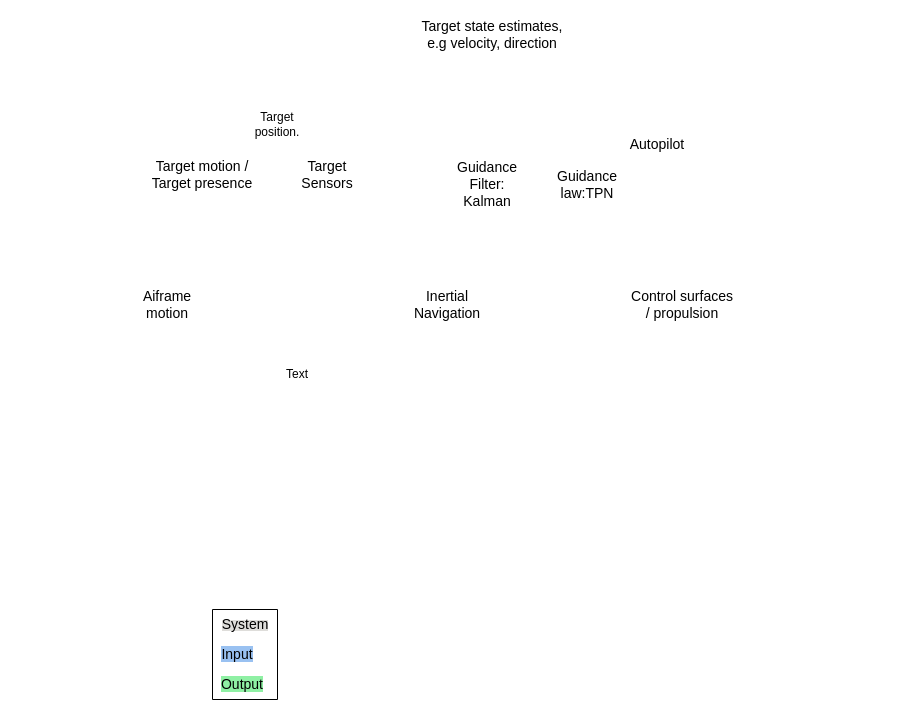
Above: Control-Topology.drawio in jukkajo/satunnaista-tavaraa (draw.io), before the change. Source tidied: cells renumbered, new cells numbered last; positions are measured from the earlier drawing's top-left corner, leaving out a move shared by most shapes. Both pictures are drawn from the tidied source at 100%, with x=0, y=0 at pixel (137, 19).
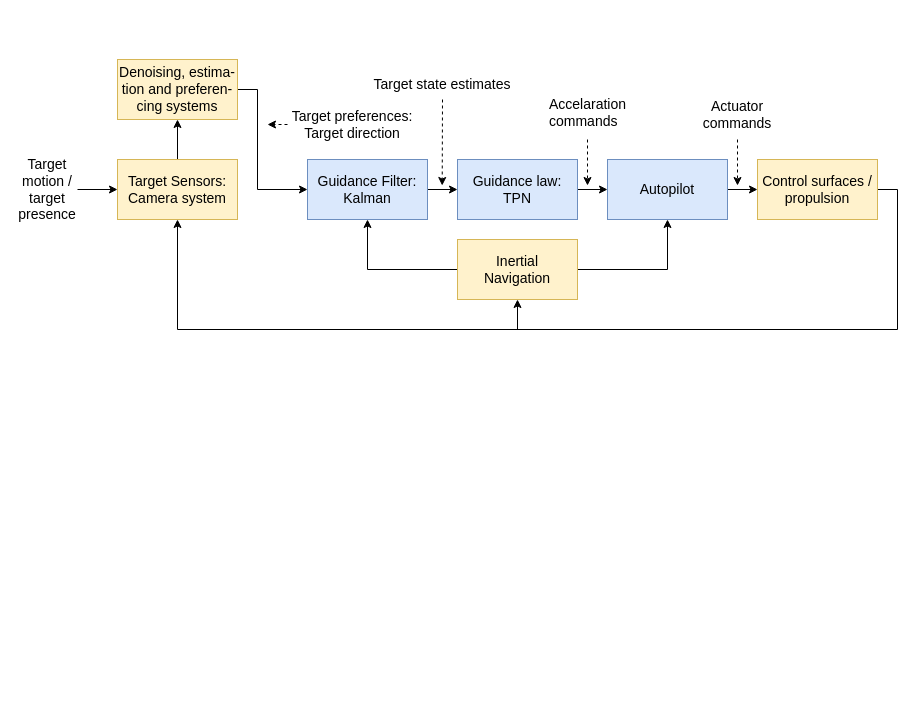
Above is the later version.

Change to the diagram source:
```diff
@@
-    <mxCell id="2" value="&lt;font style=&quot;font-size: 14px;&quot;&gt;Target motion / Target presence&lt;br&gt;&lt;/font&gt;" style="text;html=1;align=center;verticalAlign=middle;whiteSpace=wrap;rounded=0;" parent="1" vertex="1">
-      <mxGeometry x="10" y="140" width="110" height="30" as="geometry" />
-    </mxCell>
-    <mxCell id="3" value="&lt;font style=&quot;font-size: 14px; background-color: rgb(153, 193, 241);&quot;&gt;Input&lt;/font&gt;" style="text;html=1;align=center;verticalAlign=middle;whiteSpace=wrap;rounded=0;" parent="1" vertex="1">
-      <mxGeometry x="70" y="620" width="60" height="30" as="geometry" />
-    </mxCell>
-    <mxCell id="4" value="&lt;font style=&quot;font-size: 14px; background-color: rgb(143, 240, 164);&quot;&gt;Output&lt;/font&gt;" style="text;html=1;align=center;verticalAlign=middle;whiteSpace=wrap;rounded=0;" parent="1" vertex="1">
-      <mxGeometry x="75" y="650" width="60" height="30" as="geometry" />
-    </mxCell>
-    <mxCell id="5" style="swimlane;startSize=0;" parent="1" vertex="1">
-      <mxGeometry x="75" y="590" width="65" height="90" as="geometry" />
-    </mxCell>
-    <mxCell id="6" value="&lt;font style=&quot;background-color: rgb(222, 221, 218);&quot; size=&quot;1&quot;&gt;&lt;span style=&quot;font-size: 14px;&quot;&gt;System&lt;/span&gt;&lt;/font&gt;" style="text;html=1;align=center;verticalAlign=middle;whiteSpace=wrap;rounded=0;" parent="5" vertex="1">
-      <mxGeometry x="2.5" width="60" height="30" as="geometry" />
-    </mxCell>
-    <mxCell id="7" value="&lt;font style=&quot;font-size: 14px;&quot;&gt;Target Sensors&lt;/font&gt;" style="text;html=1;align=center;verticalAlign=middle;whiteSpace=wrap;rounded=0;" parent="1" vertex="1">
-      <mxGeometry x="160" y="140" width="60" height="30" as="geometry" />
-    </mxCell>
-    <mxCell id="8" value="&lt;div style=&quot;font-size: 14px;&quot;&gt;&lt;font style=&quot;font-size: 14px;&quot;&gt;Guidance Filter: &lt;font style=&quot;font-size: 14px;&quot;&gt;Kalman&lt;/font&gt;&lt;br&gt;&lt;/font&gt;&lt;/div&gt;" style="text;html=1;align=center;verticalAlign=middle;whiteSpace=wrap;rounded=0;" parent="1" vertex="1">
-      <mxGeometry x="320" y="150" width="60" height="30" as="geometry" />
-    </mxCell>
-    <mxCell id="9" value="Target position. " style="text;html=1;align=center;verticalAlign=middle;whiteSpace=wrap;rounded=0;" parent="1" vertex="1">
-      <mxGeometry x="110" y="90" width="60" height="30" as="geometry" />
+    <mxCell id="9" value="&lt;div style=&quot;font-size: 13px;&quot;&gt;&lt;font style=&quot;font-size: 14px;&quot;&gt;Target preferences:&lt;/font&gt;&lt;/div&gt;&lt;div&gt;&lt;font style=&quot;font-size: 14px;&quot;&gt;Target direction&lt;br&gt;&lt;/font&gt;&lt;/div&gt;" style="text;html=1;align=center;verticalAlign=middle;whiteSpace=wrap;rounded=0;" parent="1" vertex="1">
+      <mxGeometry x="150" y="90" width="130" height="30" as="geometry" />
     </mxCell>
-    <mxCell id="10" value="&lt;font style=&quot;font-size: 14px;&quot;&gt;Target state estimates, e.g velocity, direction &lt;/font&gt;" style="text;html=1;align=center;verticalAlign=middle;whiteSpace=wrap;rounded=0;" parent="1" vertex="1">
-      <mxGeometry x="280" width="150" height="30" as="geometry" />
+    <mxCell id="10" value="&lt;font style=&quot;font-size: 14px;&quot;&gt;Target state estimates&lt;br&gt;&lt;/font&gt;" style="text;html=1;align=center;verticalAlign=middle;whiteSpace=wrap;rounded=0;" parent="1" vertex="1">
+      <mxGeometry x="230" y="50" width="150" height="30" as="geometry" />
     </mxCell>
-    <mxCell id="11" value="&lt;font style=&quot;font-size: 14px;&quot;&gt;Guidance law:TPN&lt;/font&gt;" style="text;html=1;align=center;verticalAlign=middle;whiteSpace=wrap;rounded=0;" parent="1" vertex="1">
-      <mxGeometry x="420" y="150" width="60" height="30" as="geometry" />
-    </mxCell>
-    <mxCell id="12" value="&lt;font style=&quot;font-size: 14px;&quot;&gt;Inertial Navigation&lt;br&gt;&lt;/font&gt;" style="text;html=1;align=center;verticalAlign=middle;whiteSpace=wrap;rounded=0;" parent="1" vertex="1">
-      <mxGeometry x="280" y="270" width="60" height="30" as="geometry" />
-    </mxCell>
-    <mxCell id="13" value="&lt;font style=&quot;font-size: 14px;&quot;&gt;Autopilot&lt;/font&gt;" style="text;html=1;align=center;verticalAlign=middle;whiteSpace=wrap;rounded=0;" parent="1" vertex="1">
-      <mxGeometry x="490" y="110" width="60" height="30" as="geometry" />
-    </mxCell>
-    <mxCell id="14" value="Text" style="text;html=1;align=center;verticalAlign=middle;whiteSpace=wrap;rounded=0;" parent="1" vertex="1">
-      <mxGeometry x="130" y="340" width="60" height="30" as="geometry" />
+    <mxCell id="14" value="&lt;font style=&quot;font-size: 14px;&quot;&gt;Actuator commands&lt;br&gt;&lt;/font&gt;" style="text;html=1;align=center;verticalAlign=middle;whiteSpace=wrap;rounded=0;" parent="1" vertex="1">
+      <mxGeometry x="570" y="80" width="60" height="30" as="geometry" />
     </mxCell>
-    <mxCell id="15" value="&lt;font style=&quot;font-size: 14px;&quot;&gt;Aiframe motion&lt;br&gt;&lt;/font&gt;" style="text;html=1;align=center;verticalAlign=middle;whiteSpace=wrap;rounded=0;" parent="1" vertex="1">
-      <mxGeometry y="270" width="60" height="30" as="geometry" />
+    <mxCell id="15" value="&lt;font style=&quot;font-size: 14px;&quot;&gt;Target motion / target presence&lt;br&gt;&lt;/font&gt;" style="text;html=1;align=center;verticalAlign=middle;whiteSpace=wrap;rounded=0;" parent="1" vertex="1">
+      <mxGeometry x="-120" y="155" width="60" height="30" as="geometry" />
     </mxCell>
+    <mxCell id="17" style="edgeStyle=orthogonalEdgeStyle;rounded=0;jettySize=auto;html=1;" parent="1" edge="1" source="18" target="33">
+      <mxGeometry relative="1" as="geometry" />
+    </mxCell>
+    <mxCell id="18" value="&lt;div&gt;&lt;font style=&quot;font-size: 14px;&quot;&gt;Target Sensors:&lt;/font&gt;&lt;/div&gt;&lt;div&gt;&lt;font style=&quot;font-size: 14px;&quot;&gt;Camera system&lt;br&gt;&lt;/font&gt;&lt;/div&gt;" style="rounded=0;whiteSpace=wrap;html=1;fillColor=#fff2cc;strokeColor=#d6b656;" parent="1" vertex="1">
+      <mxGeometry x="-20" y="140" width="120" height="60" as="geometry" />
+    </mxCell>
+    <mxCell id="19" style="edgeStyle=orthogonalEdgeStyle;rounded=0;jettySize=auto;html=1;" parent="1" edge="1" source="8" target="21">
+      <mxGeometry relative="1" as="geometry" />
+    </mxCell>
+    <mxCell id="8" value="&lt;div style=&quot;font-size: 14px;&quot;&gt;&lt;font style=&quot;font-size: 14px;&quot;&gt;Guidance Filter: &lt;font style=&quot;font-size: 14px;&quot;&gt;Kalman&lt;/font&gt;&lt;br&gt;&lt;/font&gt;&lt;/div&gt;" style="rounded=0;whiteSpace=wrap;html=1;fillColor=#dae8fc;strokeColor=#6c8ebf;" parent="1" vertex="1">
+      <mxGeometry x="170" y="140" width="120" height="60" as="geometry" />
+    </mxCell>
+    <mxCell id="20" style="edgeStyle=orthogonalEdgeStyle;rounded=0;jettySize=auto;html=1;" parent="1" edge="1" source="21" target="13">
+      <mxGeometry relative="1" as="geometry" />
+    </mxCell>
+    <mxCell id="21" value="&lt;div&gt;&lt;font style=&quot;font-size: 14px;&quot;&gt;Guidance law:&lt;/font&gt;&lt;/div&gt;&lt;div&gt;&lt;font style=&quot;font-size: 14px;&quot;&gt;TPN&lt;/font&gt;&lt;/div&gt;" style="rounded=0;whiteSpace=wrap;html=1;fillColor=#dae8fc;strokeColor=#6c8ebf;" parent="1" vertex="1">
+      <mxGeometry x="320" y="140" width="120" height="60" as="geometry" />
+    </mxCell>
+    <mxCell id="22" style="edgeStyle=orthogonalEdgeStyle;rounded=0;jettySize=auto;html=1;" parent="1" edge="1" source="13" target="16">
+      <mxGeometry relative="1" as="geometry" />
+    </mxCell>
+    <mxCell id="13" value="&lt;font style=&quot;font-size: 14px;&quot;&gt;Autopilot&lt;/font&gt;" style="rounded=0;whiteSpace=wrap;html=1;fillColor=#dae8fc;strokeColor=#6c8ebf;" parent="1" vertex="1">
+      <mxGeometry x="470" y="140" width="120" height="60" as="geometry" />
+    </mxCell>
+    <mxCell id="23" style="edgeStyle=orthogonalEdgeStyle;rounded=0;jettySize=auto;html=1;entryX=0.5;entryY=1;entryDx=0;entryDy=0;" parent="1" edge="1" source="12" target="13">
+      <mxGeometry relative="1" as="geometry" />
+    </mxCell>
+    <mxCell id="24" style="edgeStyle=orthogonalEdgeStyle;rounded=0;jettySize=auto;html=1;entryX=0.5;entryY=1;entryDx=0;entryDy=0;" parent="1" edge="1" source="12" target="8">
+      <mxGeometry relative="1" as="geometry" />
+    </mxCell>
+    <mxCell id="12" value="&lt;div&gt;&lt;font style=&quot;font-size: 14px;&quot;&gt;Inertial&lt;/font&gt;&lt;/div&gt;&lt;div&gt;&lt;font style=&quot;font-size: 14px;&quot;&gt;Navigation&lt;/font&gt;&lt;/div&gt;" style="rounded=0;whiteSpace=wrap;html=1;fillColor=#fff2cc;strokeColor=#d6b656;" parent="1" vertex="1">
+      <mxGeometry x="320" y="220" width="120" height="60" as="geometry" />
+    </mxCell>
+    <mxCell id="25" style="edgeStyle=orthogonalEdgeStyle;rounded=0;jettySize=auto;html=1;entryX=0.5;entryY=1;entryDx=0;entryDy=0;" parent="1" edge="1" source="16" target="18">
+      <mxGeometry relative="1" as="geometry">
+        <Array as="points">
+          <mxPoint x="760" y="170" />
+          <mxPoint x="760" y="310" />
+          <mxPoint x="40" y="310" />
+          <mxPoint x="40" y="200" />
+        </Array>
+      </mxGeometry>
+    </mxCell>
-    <mxCell id="16" value="&lt;font style=&quot;font-size: 14px;&quot;&gt;Control surfaces / propulsion&lt;br&gt;&lt;/font&gt;" style="text;html=1;align=center;verticalAlign=middle;whiteSpace=wrap;rounded=0;" parent="1" vertex="1">
-      <mxGeometry x="490" y="270" width="110" height="30" as="geometry" />
+    <mxCell id="16" value="&lt;font style=&quot;font-size: 14px;&quot;&gt;Control surfaces / propulsion&lt;br&gt;&lt;/font&gt;" style="rounded=0;whiteSpace=wrap;html=1;fillColor=#fff2cc;strokeColor=#d6b656;" parent="1" vertex="1">
+      <mxGeometry x="620" y="140" width="120" height="60" as="geometry" />
     </mxCell>
+    <mxCell id="26" style="endArrow=classic;html=1;rounded=0;entryX=0.5;entryY=1;entryDx=0;entryDy=0;" parent="1" edge="1" target="12">
+      <mxGeometry relative="1" as="geometry">
+        <mxPoint x="380" y="310" as="sourcePoint" />
+      </mxGeometry>
+    </mxCell>
+    <mxCell id="27" style="endArrow=classic;html=1;rounded=0;entryX=0;entryY=0.5;entryDx=0;entryDy=0;" parent="1" edge="1" target="18">
+      <mxGeometry relative="1" as="geometry">
+        <mxPoint x="-60" y="170" as="sourcePoint" />
+      </mxGeometry>
+    </mxCell>
+    <mxCell id="28" style="html=1;labelBackgroundColor=#ffffff;startArrow=none;startFill=0;startSize=6;endArrow=classic;endFill=1;endSize=6;jettySize=auto;orthogonalLoop=1;strokeWidth=1;dashed=1;fontSize=14;rounded=0;" parent="1" edge="1">
+      <mxGeometry relative="1" as="geometry">
+        <mxPoint x="305" y="80" as="sourcePoint" />
+        <mxPoint x="304.7" y="166" as="targetPoint" />
+      </mxGeometry>
+    </mxCell>
+    <mxCell id="29" style="html=1;labelBackgroundColor=#ffffff;startArrow=none;startFill=0;startSize=6;endArrow=classic;endFill=1;endSize=6;jettySize=auto;orthogonalLoop=1;strokeWidth=1;dashed=1;fontSize=14;rounded=0;" parent="1" edge="1">
+      <mxGeometry relative="1" as="geometry">
+        <mxPoint x="450" y="120" as="sourcePoint" />
+        <mxPoint x="450" y="166" as="targetPoint" />
+      </mxGeometry>
+    </mxCell>
+    <mxCell id="30" style="html=1;labelBackgroundColor=#ffffff;startArrow=none;startFill=0;startSize=6;endArrow=classic;endFill=1;endSize=6;jettySize=auto;orthogonalLoop=1;strokeWidth=1;dashed=1;fontSize=14;rounded=0;" parent="1" edge="1">
+      <mxGeometry relative="1" as="geometry">
+        <mxPoint x="600" y="120" as="sourcePoint" />
+        <mxPoint x="600" y="166" as="targetPoint" />
+      </mxGeometry>
+    </mxCell>
+    <mxCell id="31" value="&lt;div&gt;&lt;font style=&quot;font-size: 14px;&quot;&gt;Accelaration&lt;/font&gt;&lt;/div&gt;&lt;div&gt;&lt;font style=&quot;font-size: 14px;&quot;&gt;commands&lt;/font&gt;&lt;/div&gt;" style="text;whiteSpace=wrap;html=1;" parent="1" vertex="1">
+      <mxGeometry x="410" y="70" width="160" height="40" as="geometry" />
+    </mxCell>
+    <mxCell id="32" style="edgeStyle=orthogonalEdgeStyle;rounded=0;jettySize=auto;html=1;entryX=0;entryY=0.5;entryDx=0;entryDy=0;" parent="1" edge="1" source="33" target="8">
+      <mxGeometry relative="1" as="geometry">
+        <Array as="points">
+          <mxPoint x="120" y="70" />
+          <mxPoint x="120" y="170" />
+        </Array>
+      </mxGeometry>
+    </mxCell>
+    <mxCell id="33" value="&lt;font style=&quot;font-size: 14px;&quot;&gt;Denoising, estima-tion and preferen-cing systems&lt;/font&gt;" style="rounded=0;whiteSpace=wrap;html=1;fillColor=#fff2cc;strokeColor=#d6b656;" parent="1" vertex="1">
+      <mxGeometry x="-20" y="40" width="120" height="60" as="geometry" />
+    </mxCell>
+    <mxCell id="34" style="html=1;labelBackgroundColor=#ffffff;startArrow=none;startFill=0;startSize=6;endArrow=classic;endFill=1;endSize=6;jettySize=auto;strokeWidth=1;dashed=1;fontSize=14;rounded=0;exitX=0;exitY=0.5;exitDx=0;exitDy=0;" parent="1" edge="1" source="9">
+      <mxGeometry relative="1" as="geometry">
+        <mxPoint x="130" y="105" as="targetPoint" />
+      </mxGeometry>
+    </mxCell>
```
